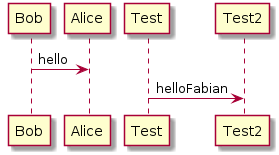
The PlantUML diagram first.png in falarcond/plantuml, before a commit.
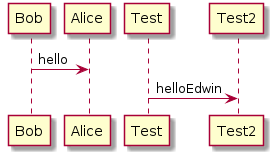
The same file after the commit.

Commit message:
deploy: d706660a764cc5756ba2a114e62e8761e13ced88

Change to the diagram source:
```diff
@@ -1,4 +1,4 @@
 @startuml
 Bob -> Alice : hello
-Test -> Test2 : helloFabian
+Test -> Test2 : helloEdwin
 @enduml
```
